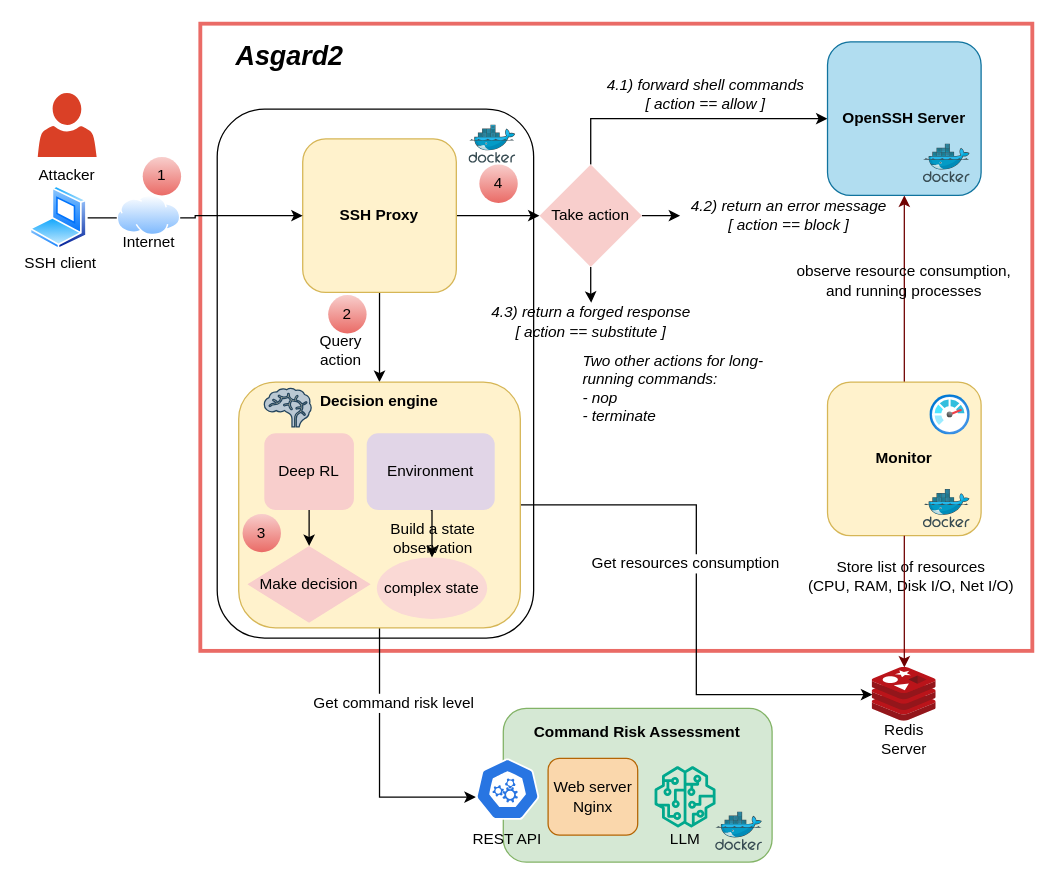
The draw.io diagram images/blog/asgardv2.drawio in sereysethy/sereysethy.github.io, before the edit. Source tidied: cells renumbered, new cells numbered last; positions are measured from the earlier drawing's top-left corner, leaving out a move shared by most shapes. Both pictures are drawn from the tidied source at 128%, with x=0, y=0 at pixel (22, 23).
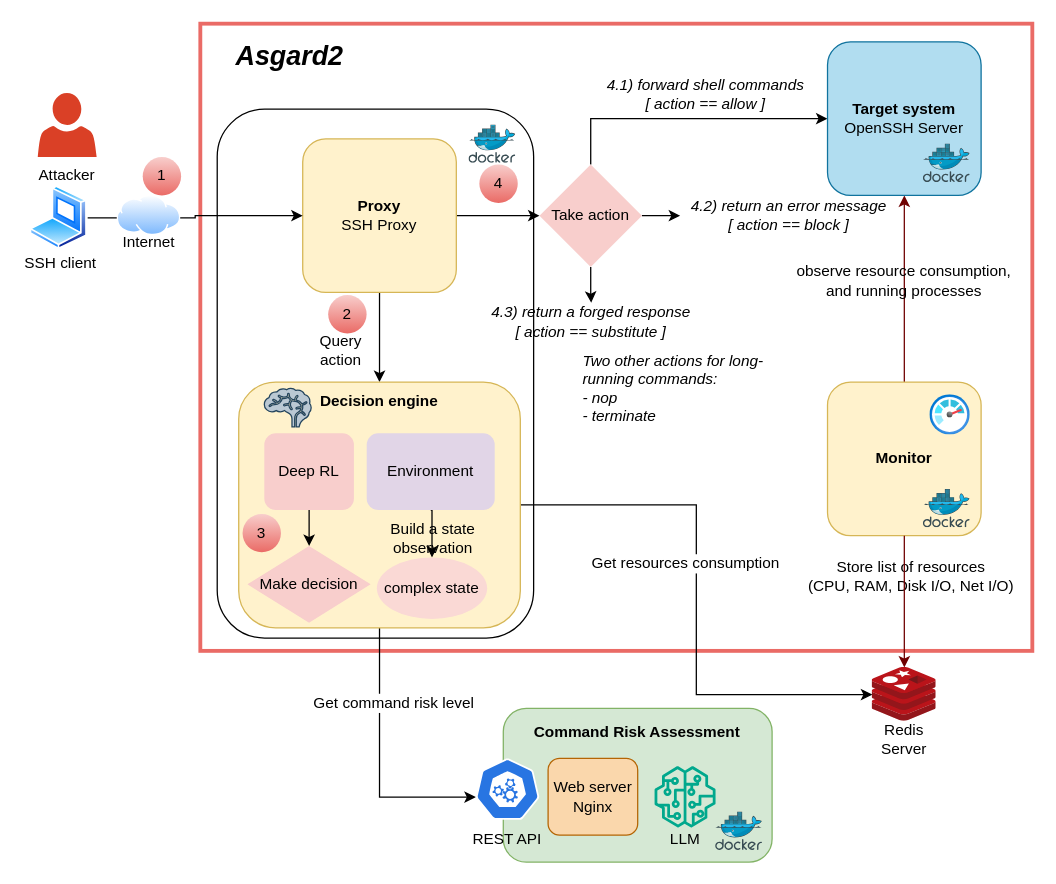
After the change.

Commit message (it also covers changes not shown here):
Update Asgard2's diagram

The change refers to these unchanged cells:
```xml
<mxCell id="46" style="group;" parent="1" vertex="1">
  <mxGeometry x="629" y="14.2" width="120" height="120" as="geometry" />
</mxCell>
```

Change to the diagram source:
```diff
@@
-    <mxCell id="6" value="&lt;b&gt;SSH Proxy&lt;/b&gt;" style="rounded=1;whiteSpace=wrap;html=1;roundedPerimeter=1;strokeColor=#d6b656;fillColor=#fff2cc;glass=0;" parent="1" vertex="1">
+    <mxCell id="6" value="&lt;b&gt;Proxy&lt;/b&gt;&lt;div&gt;SSH Proxy&lt;/div&gt;" style="rounded=1;whiteSpace=wrap;html=1;roundedPerimeter=1;strokeColor=#d6b656;fillColor=#fff2cc;glass=0;" parent="1" vertex="1">
       <mxGeometry x="219" y="90" width="120" height="120" as="geometry" />
     </mxCell>
@@
-    <mxCell id="47" value="&lt;b&gt;OpenSSH Server&lt;/b&gt;" style="rounded=1;whiteSpace=wrap;html=1;roundedPerimeter=1;strokeColor=#10739e;fillColor=#b1ddf0;" parent="46" vertex="1">
+    <mxCell id="47" value="&lt;b&gt;Target system&lt;/b&gt;&lt;div&gt;OpenSSH Server&lt;/div&gt;" style="rounded=1;whiteSpace=wrap;html=1;roundedPerimeter=1;strokeColor=#10739e;fillColor=#b1ddf0;" parent="46" vertex="1">
       <mxGeometry width="120" height="120" as="geometry" />
     </mxCell>
```
